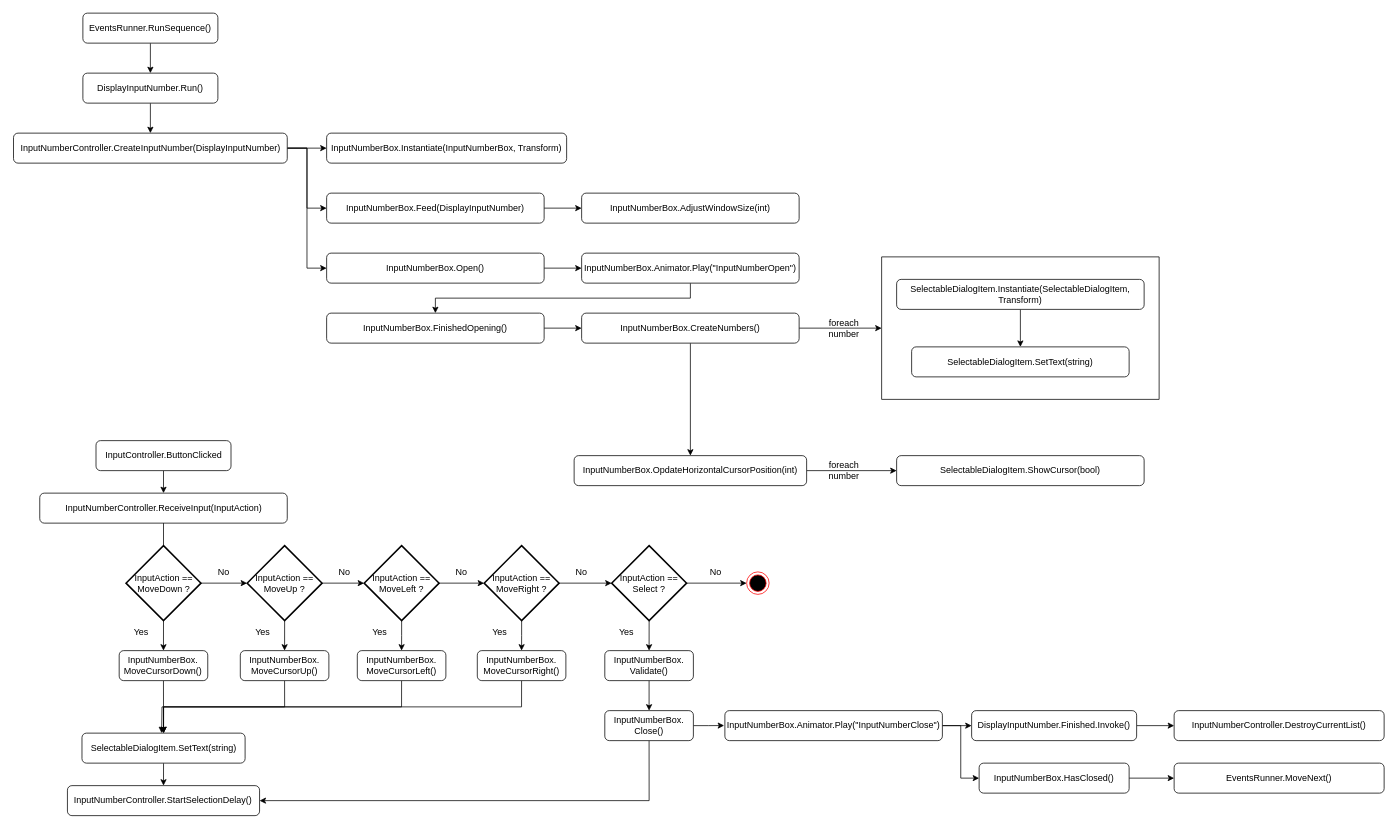
Before: page "Dialogs.InputNumber" (5 of 8) of Ace_Engine.drawio in MaximeJoly96/LC_Unity, a draw.io diagram. Source tidied: cells renumbered, new cells numbered last; positions are measured from the earlier drawing's top-left corner, leaving out a move shared by most shapes. Both pictures are drawn from the tidied source at 75%, with x=0, y=0 at pixel (13, 13).
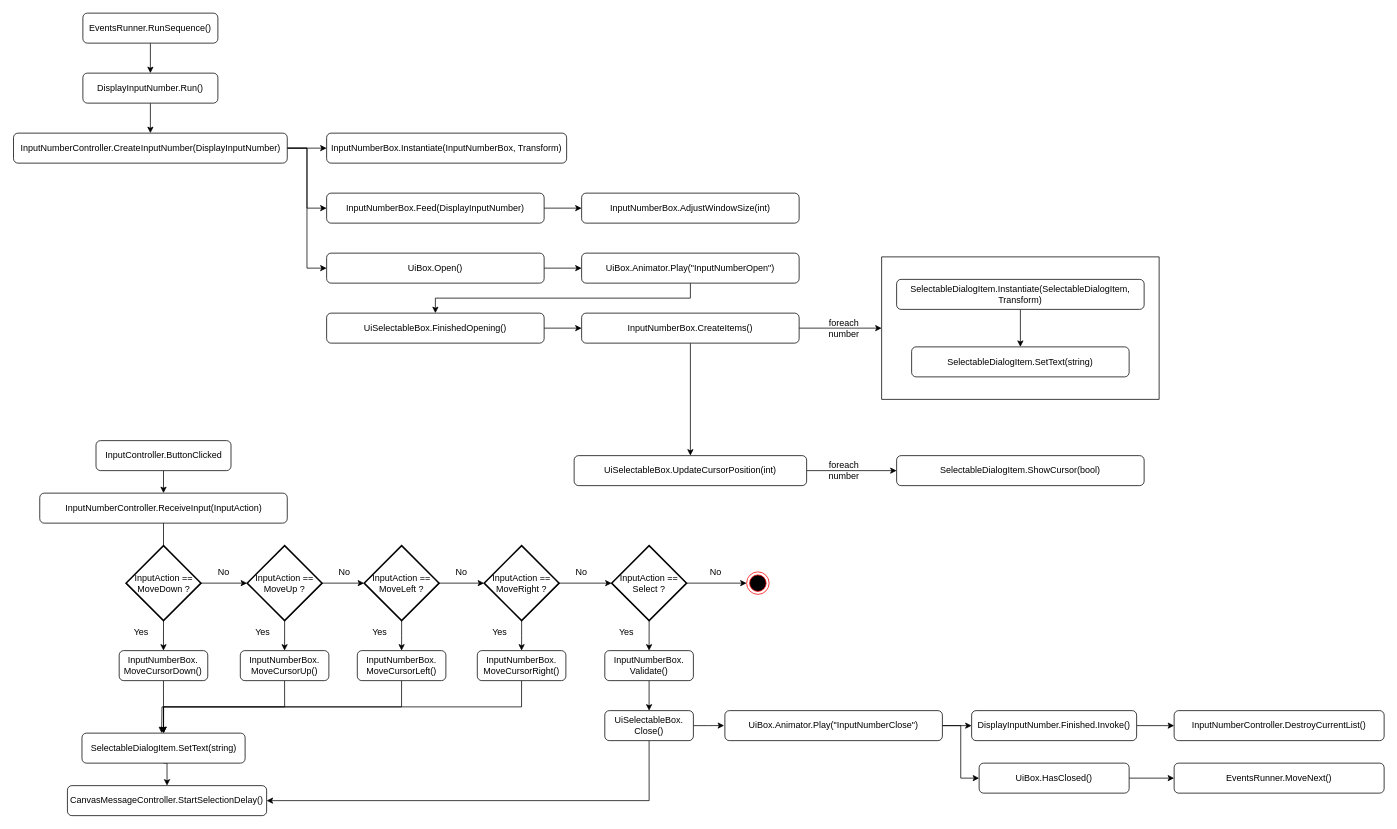
Above is the later version.

The edit, as a diff of the source:
```diff
@@
-    <mxCell id="14" value="InputNumberBox.Open()" style="rounded=1;whiteSpace=wrap;html=1;" parent="1" vertex="1">
+    <mxCell id="14" value="UiBox.Open()" style="rounded=1;whiteSpace=wrap;html=1;" parent="1" vertex="1">
       <mxGeometry x="418" y="320" width="290" height="40" as="geometry" />
     </mxCell>
@@
-    <mxCell id="17" value="InputNumberBox.Animator.Play(&quot;InputNumberOpen&quot;)" style="rounded=1;whiteSpace=wrap;html=1;" parent="1" vertex="1">
+    <mxCell id="17" value="UiBox.Animator.Play(&quot;InputNumberOpen&quot;)" style="rounded=1;whiteSpace=wrap;html=1;" parent="1" vertex="1">
       <mxGeometry x="758" y="320" width="290" height="40" as="geometry" />
     </mxCell>
@@
-    <mxCell id="19" value="InputNumberBox.FinishedOpening()" style="rounded=1;whiteSpace=wrap;html=1;" parent="1" vertex="1">
+    <mxCell id="19" value="UiSelectableBox.FinishedOpening()" style="rounded=1;whiteSpace=wrap;html=1;" parent="1" vertex="1">
       <mxGeometry x="418" y="400" width="290" height="40" as="geometry" />
     </mxCell>
@@
-    <mxCell id="22" value="InputNumberBox.CreateNumbers()" style="rounded=1;whiteSpace=wrap;html=1;" parent="1" vertex="1">
+    <mxCell id="22" value="InputNumberBox.CreateItems()" style="rounded=1;whiteSpace=wrap;html=1;" parent="1" vertex="1">
       <mxGeometry x="758" y="400" width="290" height="40" as="geometry" />
     </mxCell>
@@
-    <mxCell id="29" value="InputNumberBox.OpdateHorizontalCursorPosition(int)" style="rounded=1;whiteSpace=wrap;html=1;" parent="1" vertex="1">
+    <mxCell id="29" value="UiSelectableBox.UpdateCursorPosition(int)" style="rounded=1;whiteSpace=wrap;html=1;" parent="1" vertex="1">
       <mxGeometry x="748" y="590" width="310" height="40" as="geometry" />
     </mxCell>
@@
-    <mxCell id="72" value="InputNumberController.StartSelectionDelay()" style="rounded=1;whiteSpace=wrap;html=1;" parent="1" vertex="1">
-      <mxGeometry x="72.4" y="1030" width="256.2" height="40" as="geometry" />
+    <mxCell id="72" value="CanvasMessageController.StartSelectionDelay()" style="rounded=1;whiteSpace=wrap;html=1;" parent="1" vertex="1">
+      <mxGeometry x="72.4" y="1030" width="265.6" height="40" as="geometry" />
     </mxCell>
@@
-    <mxCell id="75" value="InputNumberBox.&lt;br&gt;Close()" style="rounded=1;whiteSpace=wrap;html=1;" parent="1" vertex="1">
+    <mxCell id="75" value="UiSelectableBox.&lt;br&gt;Close()" style="rounded=1;whiteSpace=wrap;html=1;" parent="1" vertex="1">
       <mxGeometry x="788.9" y="930" width="118.1" height="40" as="geometry" />
     </mxCell>
@@
-    <mxCell id="78" value="InputNumberBox.Animator.Play(&quot;InputNumberClose&quot;)" style="rounded=1;whiteSpace=wrap;html=1;" parent="1" vertex="1">
+    <mxCell id="78" value="UiBox.Animator.Play(&quot;InputNumberClose&quot;)" style="rounded=1;whiteSpace=wrap;html=1;" parent="1" vertex="1">
       <mxGeometry x="949" y="930" width="290" height="40" as="geometry" />
     </mxCell>
@@
-    <mxCell id="84" value="InputNumberBox.HasClosed()" style="rounded=1;whiteSpace=wrap;html=1;" parent="1" vertex="1">
+    <mxCell id="84" value="UiBox.HasClosed()" style="rounded=1;whiteSpace=wrap;html=1;" parent="1" vertex="1">
       <mxGeometry x="1288" y="1000" width="200" height="40" as="geometry" />
     </mxCell>
```
